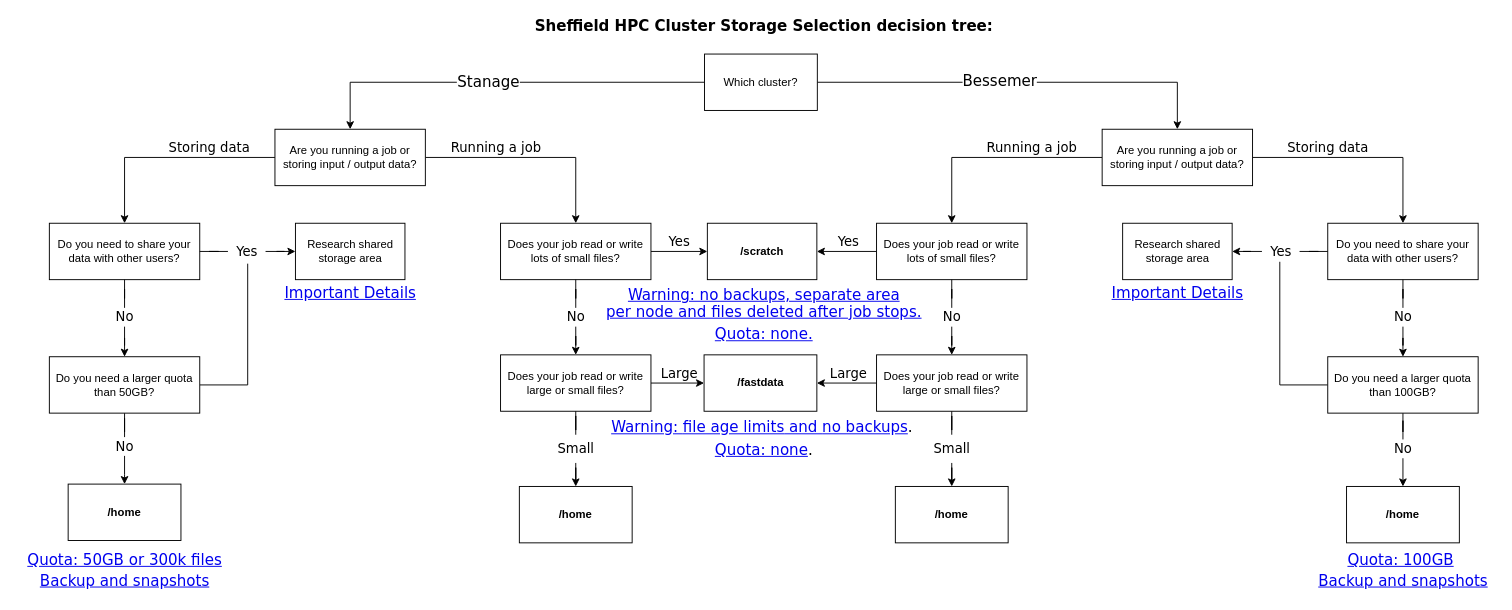
The draw.io diagram hpc/Sheffield-HPC-Cluster-Storage-Selection-decision-tree.drawio.xml in rcgsheffield/sheffield_hpc, before the edit. Source tidied: cells renumbered, new cells numbered last; positions are measured from the earlier drawing's top-left corner, leaving out a move shared by most shapes. Both pictures are drawn from the tidied source at 94%, with x=0, y=0 at pixel (16, 16).
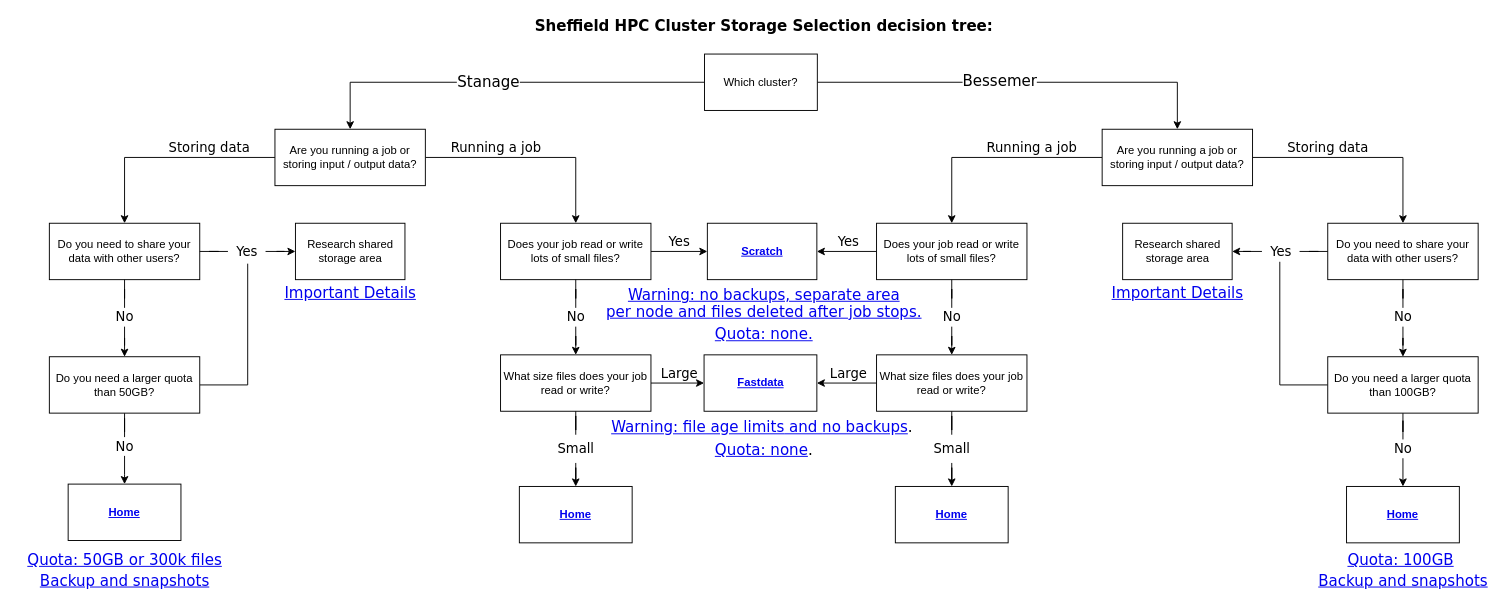
Above is the later version.

Commit message (it also covers changes not shown here):
Add links to relevant sections

What changed in the source:
```diff
@@
-    <mxCell id="14" value="&lt;b&gt;/scratch&lt;/b&gt;" style="rounded=0;whiteSpace=wrap;html=1;" parent="1" vertex="1">
+    <mxCell id="14" value="&lt;b&gt;&lt;a href=&quot;https://docs.hpc.shef.ac.uk/en/latest/hpc/filestore.html#scratch-directories&quot;&gt;Scratch&lt;/a&gt;&lt;/b&gt;" style="rounded=0;whiteSpace=wrap;html=1;" parent="1" vertex="1">
       <mxGeometry x="735" y="220" width="116.5" height="60" as="geometry" />
     </mxCell>
@@
-    <mxCell id="17" value="Does your job read or write large or small files?" style="rounded=0;whiteSpace=wrap;html=1;" parent="1" vertex="1">
+    <mxCell id="17" value="What size files does your job read or write?" style="rounded=0;whiteSpace=wrap;html=1;" parent="1" vertex="1">
       <mxGeometry x="515" y="360" width="160" height="60" as="geometry" />
     </mxCell>
@@
-    <mxCell id="20" value="Does your job read or write large or small files?" style="rounded=0;whiteSpace=wrap;html=1;" parent="1" vertex="1">
+    <mxCell id="20" value="What size files does your job read or write?" style="rounded=0;whiteSpace=wrap;html=1;" parent="1" vertex="1">
       <mxGeometry x="915" y="360" width="160" height="60" as="geometry" />
     </mxCell>
-    <mxCell id="21" value="&lt;b&gt;/fastdata&lt;/b&gt;" style="rounded=0;whiteSpace=wrap;html=1;" parent="1" vertex="1">
+    <mxCell id="21" value="&lt;b&gt;&lt;a href=&quot;https://docs.hpc.shef.ac.uk/en/latest/hpc/filestore.html#fastdata-areas&quot;&gt;Fastdata&lt;/a&gt;&lt;/b&gt;" style="rounded=0;whiteSpace=wrap;html=1;" parent="1" vertex="1">
       <mxGeometry x="731.5" y="360" width="120" height="60" as="geometry" />
     </mxCell>
@@
-    <mxCell id="43" value="&lt;b&gt;/home&lt;/b&gt;&lt;br&gt;&lt;b&gt;&lt;/b&gt;" style="rounded=0;whiteSpace=wrap;html=1;" parent="1" vertex="1">
+    <mxCell id="43" value="&lt;b&gt;&lt;a href=&quot;https://docs.hpc.shef.ac.uk/en/latest/hpc/filestore.html#home-directories&quot;&gt;Home&lt;/a&gt;&lt;/b&gt;&lt;br&gt;&lt;b&gt;&lt;/b&gt;" style="rounded=0;whiteSpace=wrap;html=1;" parent="1" vertex="1">
       <mxGeometry x="535" y="500" width="120" height="60" as="geometry" />
     </mxCell>
-    <mxCell id="44" value="&lt;b&gt;/home&lt;/b&gt;" style="rounded=0;whiteSpace=wrap;html=1;" parent="1" vertex="1">
+    <mxCell id="44" value="&lt;b&gt;&lt;a href=&quot;https://docs.hpc.shef.ac.uk/en/latest/hpc/filestore.html#home-directories&quot;&gt;Home&lt;/a&gt;&lt;/b&gt;" style="rounded=0;whiteSpace=wrap;html=1;" parent="1" vertex="1">
       <mxGeometry x="935" y="500" width="120" height="60" as="geometry" />
     </mxCell>
@@
-    <mxCell id="50" value="&lt;b&gt;/home&lt;/b&gt;" style="rounded=0;whiteSpace=wrap;html=1;" parent="1" vertex="1">
+    <mxCell id="50" value="&lt;b&gt;&lt;a href=&quot;https://docs.hpc.shef.ac.uk/en/latest/hpc/filestore.html#home-directories&quot;&gt;Home&lt;/a&gt;&lt;/b&gt;" style="rounded=0;whiteSpace=wrap;html=1;" parent="1" vertex="1">
       <mxGeometry x="1415" y="500" width="120" height="60" as="geometry" />
     </mxCell>
@@
-    <mxCell id="80" value="&lt;b&gt;/home&lt;/b&gt;" style="rounded=0;whiteSpace=wrap;html=1;" parent="1" vertex="1">
+    <mxCell id="80" value="&lt;b&gt;&lt;a href=&quot;https://docs.hpc.shef.ac.uk/en/latest/hpc/filestore.html#home-directories&quot;&gt;Home&lt;/a&gt;&lt;/b&gt;" style="rounded=0;whiteSpace=wrap;html=1;" parent="1" vertex="1">
       <mxGeometry x="55" y="497.5" width="120" height="60" as="geometry" />
     </mxCell>
```
